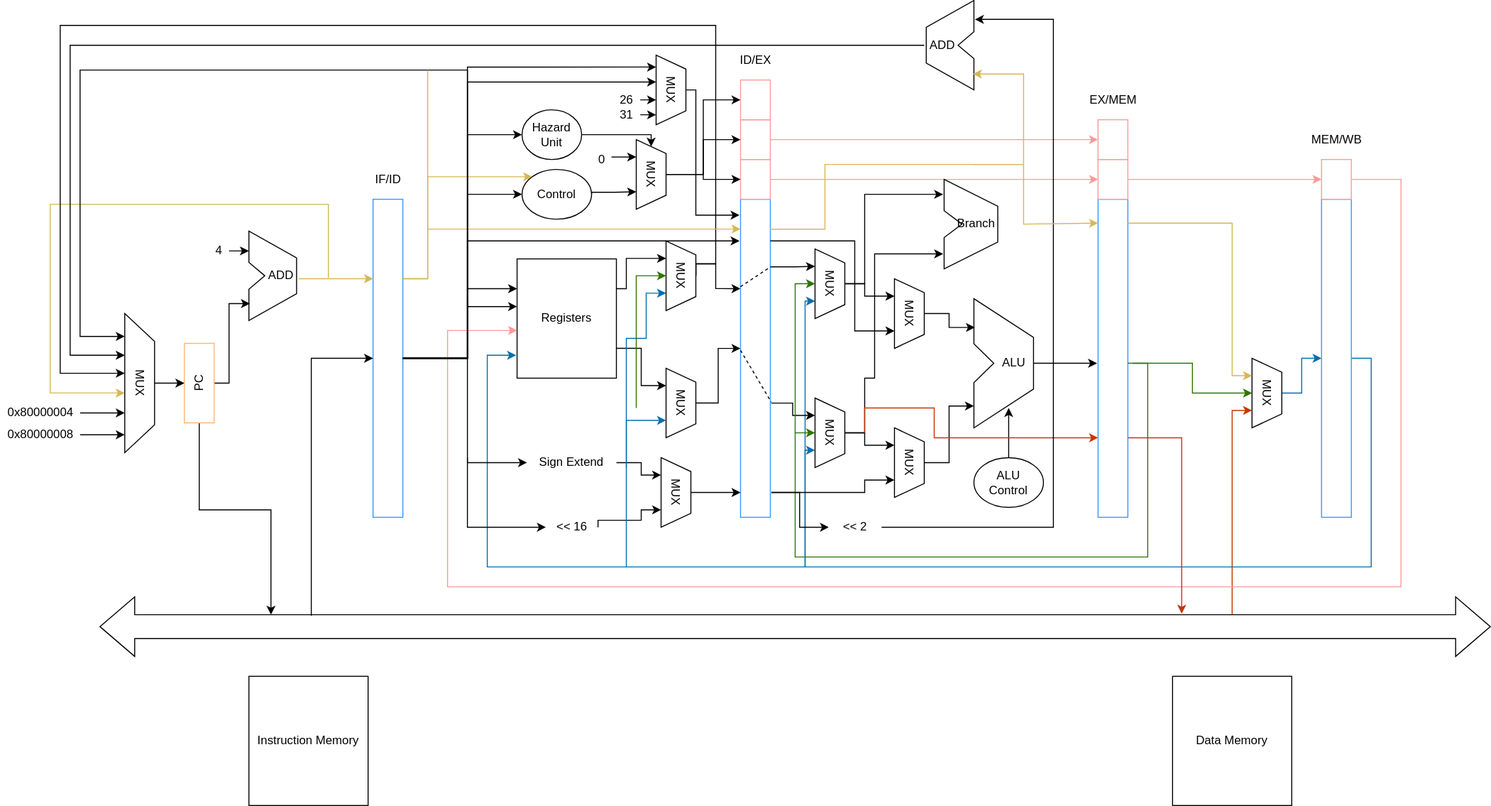
This is MIPS-CPU.drawio.svg from boltma/MIPS-pipeline-CPU, a draw.io export, as it was before one commit. Source tidied: cells renumbered, new cells last; positions are measured from the earlier drawing's top-left corner, leaving out a move shared by most shapes.
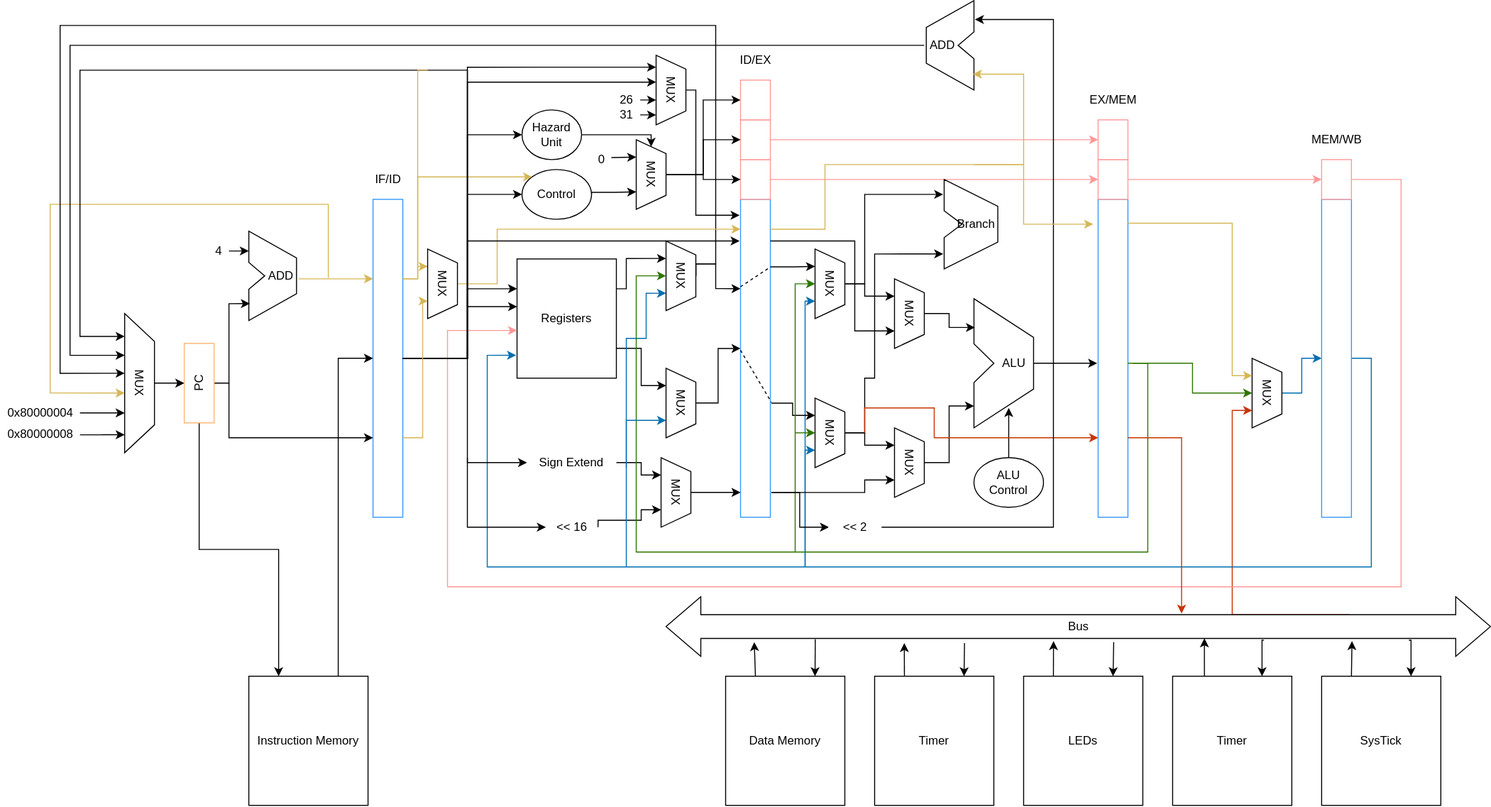
After the commit.

The edit, as a diff of the source:
```diff
@@ -142,8 +142,8 @@
     <mxCell id="38" value="MEM/WB" style="text;html=1;align=center;verticalAlign=middle;fillColor=none;strokeColor=none;rounded=0;" parent="35" vertex="1">
       <mxGeometry width="70" height="20" as="geometry" />
     </mxCell>
-    <mxCell id="39" style="html=1;shadow=0;dashed=0;align=center;verticalAlign=middle;shape=mxgraph.arrows2.twoWayArrow;dy=0.6;dx=35;" parent="1" vertex="1">
-      <mxGeometry x="100" y="600" width="1400" height="60" as="geometry" />
+    <mxCell id="39" value="Bus" style="html=1;shadow=0;dashed=0;align=center;verticalAlign=middle;shape=mxgraph.arrows2.twoWayArrow;dy=0.6;dx=35;" parent="1" vertex="1">
+      <mxGeometry x="670" y="600" width="830" height="60" as="geometry" />
     </mxCell>
     <mxCell id="40" style="group;" parent="1" vertex="1">
       <mxGeometry x="210" y="232" width="120" height="90" as="geometry" />
@@ -171,7 +171,7 @@
         </Array>
       </mxGeometry>
     </mxCell>
-    <mxCell id="47" style="edgeStyle=orthogonalEdgeStyle;rounded=0;jettySize=auto;html=1;exitX=0;exitY=0.5;exitDx=0;exitDy=0;entryX=0.123;entryY=0.3;entryDx=0;entryDy=0;entryPerimeter=0;" parent="1" edge="1" source="48" target="39">
+    <mxCell id="47" style="edgeStyle=orthogonalEdgeStyle;rounded=0;jettySize=auto;html=1;exitX=0;exitY=0.5;exitDx=0;exitDy=0;entryX=0.25;entryY=0;entryDx=0;entryDy=0;" parent="1" edge="1" source="48" target="60">
       <mxGeometry relative="1" as="geometry" />
     </mxCell>
     <mxCell id="48" value="PC" style="rounded=0;whiteSpace=wrap;html=1;rotation=-90;strokeColor=#FFB570;" parent="1" vertex="1">
@@ -236,8 +236,14 @@
     <mxCell id="60" value="Instruction Memory" style="rounded=0;whiteSpace=wrap;html=1;" parent="1" vertex="1">
       <mxGeometry x="250" y="680" width="120" height="130" as="geometry" />
     </mxCell>
+    <mxCell id="143" style="edgeStyle=orthogonalEdgeStyle;rounded=0;jettySize=auto;html=1;exitX=0.25;exitY=0;exitDx=0;exitDy=0;entryX=0.107;entryY=0.761;entryDx=0;entryDy=0;entryPerimeter=0;" parent="1" edge="1" source="61" target="39">
+      <mxGeometry relative="1" as="geometry" />
+    </mxCell>
+    <mxCell id="144" style="edgeStyle=orthogonalEdgeStyle;rounded=0;jettySize=auto;html=1;exitX=0.181;exitY=0.713;exitDx=0;exitDy=0;entryX=0.75;entryY=0;entryDx=0;entryDy=0;exitPerimeter=0;" parent="1" edge="1" source="39" target="61">
+      <mxGeometry relative="1" as="geometry" />
+    </mxCell>
     <mxCell id="61" value="Data Memory" style="rounded=0;whiteSpace=wrap;html=1;" parent="1" vertex="1">
-      <mxGeometry x="1180" y="680" width="120" height="130" as="geometry" />
+      <mxGeometry x="730" y="680" width="120" height="130" as="geometry" />
     </mxCell>
     <mxCell id="62" style="edgeStyle=orthogonalEdgeStyle;rounded=0;jettySize=auto;html=1;exitX=1;exitY=0.5;exitDx=0;exitDy=0;entryX=0.75;entryY=1;entryDx=0;entryDy=0;" parent="1" edge="1" source="63" target="70">
       <mxGeometry relative="1" as="geometry">
@@ -286,8 +292,8 @@
     <mxCell id="72" style="edgeStyle=orthogonalEdgeStyle;rounded=0;jettySize=auto;html=1;exitX=1;exitY=0.25;exitDx=0;exitDy=0;entryX=0;entryY=0;entryDx=0;entryDy=0;gradientColor=#ffd966;fillColor=#fff2cc;strokeColor=#d6b656;" parent="1" edge="1" source="28" target="63">
       <mxGeometry relative="1" as="geometry">
         <Array as="points">
-          <mxPoint x="430" y="280" />
-          <mxPoint x="430" y="177" />
+          <mxPoint x="420" y="280" />
+          <mxPoint x="420" y="177" />
         </Array>
       </mxGeometry>
     </mxCell>
@@ -419,10 +425,9 @@
       <mxGeometry relative="1" as="geometry">
         <mxPoint x="1135" y="365" as="sourcePoint" />
         <Array as="points">
-          <mxPoint x="1135" y="365" />
           <mxPoint x="1155" y="365" />
-          <mxPoint x="1155" y="560" />
-          <mxPoint x="800" y="560" />
+          <mxPoint x="1155" y="555" />
+          <mxPoint x="800" y="555" />
           <mxPoint x="800" y="285" />
         </Array>
       </mxGeometry>
@@ -442,8 +447,9 @@
         </Array>
       </mxGeometry>
     </mxCell>
-    <mxCell id="97" style="edgeStyle=orthogonalEdgeStyle;rounded=0;jettySize=auto;html=1;exitX=1;exitY=0.75;exitDx=0;exitDy=0;entryX=0.778;entryY=0.283;entryDx=0;entryDy=0;entryPerimeter=0;fillColor=#fa6800;strokeColor=#C73500;" parent="1" edge="1" source="31" target="39">
+    <mxCell id="97" style="edgeStyle=orthogonalEdgeStyle;rounded=0;jettySize=auto;html=1;exitX=1;exitY=0.75;exitDx=0;exitDy=0;fillColor=#fa6800;strokeColor=#C73500;" parent="1" edge="1" source="31">
       <mxGeometry relative="1" as="geometry">
+        <mxPoint x="1189" y="617" as="targetPoint" />
         <Array as="points">
           <mxPoint x="1189" y="440" />
         </Array>
@@ -491,10 +497,12 @@
         </Array>
       </mxGeometry>
     </mxCell>
-    <mxCell id="108" style="edgeStyle=orthogonalEdgeStyle;rounded=0;jettySize=auto;html=1;exitX=0.5;exitY=1;exitDx=0;exitDy=0;fillColor=#60a917;strokeColor=#2D7600;entryX=0.5;entryY=1;entryDx=0;entryDy=0;" parent="1" edge="1" target="110">
+    <mxCell id="108" style="edgeStyle=orthogonalEdgeStyle;rounded=0;jettySize=auto;html=1;fillColor=#60a917;strokeColor=#2D7600;entryX=0.5;entryY=1;entryDx=0;entryDy=0;" parent="1" edge="1" target="110">
       <mxGeometry relative="1" as="geometry">
-        <mxPoint x="640" y="410" as="sourcePoint" />
+        <mxPoint x="800" y="555" as="sourcePoint" />
         <Array as="points">
+          <mxPoint x="780" y="555" />
+          <mxPoint x="640" y="555" />
           <mxPoint x="640" y="277" />
         </Array>
       </mxGeometry>
@@ -523,19 +531,19 @@
     <mxCell id="112" value="MUX" style="shape=trapezoid;perimeter=trapezoidPerimeter;whiteSpace=wrap;html=1;rotation=90;" parent="1" vertex="1">
       <mxGeometry x="650" y="390" width="70" height="30" as="geometry" />
     </mxCell>
-    <mxCell id="113" style="edgeStyle=orthogonalEdgeStyle;rounded=0;orthogonalLoop=1;jettySize=auto;html=1;fillColor=#fff2cc;strokeColor=#d6b656;gradientColor=#ffd966;" parent="1" edge="1">
+    <mxCell id="113" style="edgeStyle=orthogonalEdgeStyle;rounded=0;jettySize=auto;html=1;fillColor=#fff2cc;strokeColor=#d6b656;gradientColor=#ffd966;exitX=0.5;exitY=0;exitDx=0;exitDy=0;" parent="1" edge="1" source="159">
       <mxGeometry relative="1" as="geometry">
-        <mxPoint x="430" y="230" as="sourcePoint" />
         <mxPoint x="745" y="230" as="targetPoint" />
         <Array as="points">
-          <mxPoint x="745" y="230" />
+          <mxPoint x="500" y="285" />
+          <mxPoint x="500" y="230" />
         </Array>
       </mxGeometry>
     </mxCell>
-    <mxCell id="114" style="edgeStyle=orthogonalEdgeStyle;rounded=0;jettySize=auto;html=1;exitX=0.152;exitY=0.317;exitDx=0;exitDy=0;exitPerimeter=0;entryX=0;entryY=0.5;entryDx=0;entryDy=0;" parent="1" edge="1" source="39" target="28">
+    <mxCell id="114" style="edgeStyle=orthogonalEdgeStyle;rounded=0;jettySize=auto;html=1;exitX=0.75;exitY=0;exitDx=0;exitDy=0;entryX=0;entryY=0.5;entryDx=0;entryDy=0;" parent="1" edge="1" source="60" target="28">
       <mxGeometry relative="1" as="geometry">
         <Array as="points">
-          <mxPoint x="313" y="360" />
+          <mxPoint x="340" y="360" />
         </Array>
       </mxGeometry>
     </mxCell>
@@ -577,6 +585,10 @@
     <mxCell id="119" style="edgeStyle=orthogonalEdgeStyle;rounded=0;jettySize=auto;html=1;exitX=1;exitY=0.25;exitDx=0;exitDy=0;gradientColor=#ffd966;fillColor=#fff2cc;strokeColor=#d6b656;endArrow=none;endFill=0;" parent="1" edge="1" source="28">
       <mxGeometry relative="1" as="geometry">
         <mxPoint x="430" y="70" as="targetPoint" />
+        <Array as="points">
+          <mxPoint x="420" y="280" />
+          <mxPoint x="420" y="70" />
+        </Array>
       </mxGeometry>
     </mxCell>
     <mxCell id="120" style="group;" parent="1" vertex="1">
@@ -683,9 +695,10 @@
         </Array>
       </mxGeometry>
     </mxCell>
-    <mxCell id="141" style="edgeStyle=orthogonalEdgeStyle;rounded=0;jettySize=auto;html=1;entryX=0;entryY=0.075;entryDx=0;entryDy=0;entryPerimeter=0;fillColor=#fff2cc;strokeColor=#d6b656;" parent="1" edge="1" target="31">
+    <mxCell id="141" style="edgeStyle=orthogonalEdgeStyle;rounded=0;orthogonalLoop=1;jettySize=auto;html=1;fillColor=#fff2cc;strokeColor=#d6b656;" parent="1" edge="1">
       <mxGeometry relative="1" as="geometry">
         <mxPoint x="980" y="165" as="sourcePoint" />
+        <mxPoint x="1100" y="225" as="targetPoint" />
         <Array as="points">
           <mxPoint x="1030" y="165" />
           <mxPoint x="1030" y="225" />
@@ -700,5 +713,60 @@
         </Array>
       </mxGeometry>
     </mxCell>
+    <mxCell id="145" style="edgeStyle=orthogonalEdgeStyle;rounded=0;jettySize=auto;html=1;exitX=0;exitY=0.75;exitDx=0;exitDy=0;entryX=0;entryY=0.75;entryDx=0;entryDy=0;" parent="1" edge="1" target="28">
+      <mxGeometry relative="1" as="geometry">
+        <mxPoint x="230" y="385" as="sourcePoint" />
+        <Array as="points">
+          <mxPoint x="230" y="440" />
+        </Array>
+      </mxGeometry>
+    </mxCell>
+    <mxCell id="146" style="edgeStyle=orthogonalEdgeStyle;rounded=0;jettySize=auto;html=1;exitX=0.25;exitY=0;exitDx=0;exitDy=0;entryX=0.289;entryY=0.777;entryDx=0;entryDy=0;entryPerimeter=0;" parent="1" edge="1" source="148" target="39">
+      <mxGeometry relative="1" as="geometry" />
+    </mxCell>
+    <mxCell id="147" style="edgeStyle=orthogonalEdgeStyle;rounded=0;jettySize=auto;html=1;exitX=0.362;exitY=0.777;exitDx=0;exitDy=0;entryX=0.75;entryY=0;entryDx=0;entryDy=0;exitPerimeter=0;" parent="1" edge="1" source="39" target="148">
+      <mxGeometry relative="1" as="geometry" />
+    </mxCell>
+    <mxCell id="148" value="Timer" style="rounded=0;whiteSpace=wrap;html=1;" parent="1" vertex="1">
+      <mxGeometry x="880" y="680" width="120" height="130" as="geometry" />
+    </mxCell>
+    <mxCell id="149" style="edgeStyle=orthogonalEdgeStyle;rounded=0;jettySize=auto;html=1;exitX=0.25;exitY=0;exitDx=0;exitDy=0;entryX=0.47;entryY=0.745;entryDx=0;entryDy=0;entryPerimeter=0;" parent="1" edge="1" source="151" target="39">
+      <mxGeometry relative="1" as="geometry" />
+    </mxCell>
+    <mxCell id="150" style="edgeStyle=orthogonalEdgeStyle;rounded=0;jettySize=auto;html=1;exitX=0.543;exitY=0.761;exitDx=0;exitDy=0;entryX=0.75;entryY=0;entryDx=0;entryDy=0;exitPerimeter=0;" parent="1" edge="1" source="39" target="151">
+      <mxGeometry relative="1" as="geometry" />
+    </mxCell>
+    <mxCell id="151" value="LEDs" style="rounded=0;whiteSpace=wrap;html=1;" parent="1" vertex="1">
+      <mxGeometry x="1030" y="680" width="120" height="130" as="geometry" />
+    </mxCell>
+    <mxCell id="152" style="edgeStyle=orthogonalEdgeStyle;rounded=0;jettySize=auto;html=1;exitX=0.25;exitY=0;exitDx=0;exitDy=0;entryX=0.653;entryY=0.698;entryDx=0;entryDy=0;entryPerimeter=0;" parent="1" edge="1" source="154" target="39">
+      <mxGeometry relative="1" as="geometry" />
+    </mxCell>
+    <mxCell id="153" style="edgeStyle=orthogonalEdgeStyle;rounded=0;jettySize=auto;html=1;exitX=0.725;exitY=0.729;exitDx=0;exitDy=0;entryX=0.75;entryY=0;entryDx=0;entryDy=0;exitPerimeter=0;" parent="1" edge="1" source="39" target="154">
+      <mxGeometry relative="1" as="geometry" />
+    </mxCell>
+    <mxCell id="154" value="Timer" style="rounded=0;whiteSpace=wrap;html=1;" parent="1" vertex="1">
+      <mxGeometry x="1180" y="680" width="120" height="130" as="geometry" />
+    </mxCell>
+    <mxCell id="155" style="edgeStyle=orthogonalEdgeStyle;rounded=0;jettySize=auto;html=1;exitX=0.25;exitY=0;exitDx=0;exitDy=0;entryX=0.832;entryY=0.745;entryDx=0;entryDy=0;entryPerimeter=0;" parent="1" edge="1" source="157" target="39">
+      <mxGeometry relative="1" as="geometry" />
+    </mxCell>
+    <mxCell id="156" style="edgeStyle=orthogonalEdgeStyle;rounded=0;jettySize=auto;html=1;exitX=0.901;exitY=0.729;exitDx=0;exitDy=0;entryX=0.75;entryY=0;entryDx=0;entryDy=0;exitPerimeter=0;" parent="1" edge="1" source="39" target="157">
+      <mxGeometry relative="1" as="geometry" />
+    </mxCell>
+    <mxCell id="157" value="SysTick" style="rounded=0;whiteSpace=wrap;html=1;" parent="1" vertex="1">
+      <mxGeometry x="1330" y="680" width="120" height="130" as="geometry" />
+    </mxCell>
+    <mxCell id="158" style="edgeStyle=orthogonalEdgeStyle;rounded=0;jettySize=auto;html=1;exitX=0.25;exitY=1;exitDx=0;exitDy=0;entryX=0.25;entryY=1;entryDx=0;entryDy=0;gradientColor=#ffd966;fillColor=#fff2cc;strokeColor=#d6b656;" parent="1" edge="1" target="159">
+      <mxGeometry relative="1" as="geometry">
+        <mxPoint x="420" y="267.6" as="sourcePoint" />
+      </mxGeometry>
+    </mxCell>
+    <mxCell id="159" value="MUX" style="shape=trapezoid;perimeter=trapezoidPerimeter;whiteSpace=wrap;html=1;rotation=90;" parent="1" vertex="1">
+      <mxGeometry x="410" y="270" width="70" height="30" as="geometry" />
+    </mxCell>
+    <mxCell id="160" style="edgeStyle=orthogonalEdgeStyle;rounded=0;jettySize=auto;html=1;exitX=1;exitY=0.75;exitDx=0;exitDy=0;entryX=0.75;entryY=1;entryDx=0;entryDy=0;gradientColor=#ffd966;fillColor=#fff2cc;strokeColor=#d6b656;" parent="1" edge="1" source="28" target="159">
+      <mxGeometry relative="1" as="geometry" />
+    </mxCell>
   </root>
 </mxGraphModel>
```
